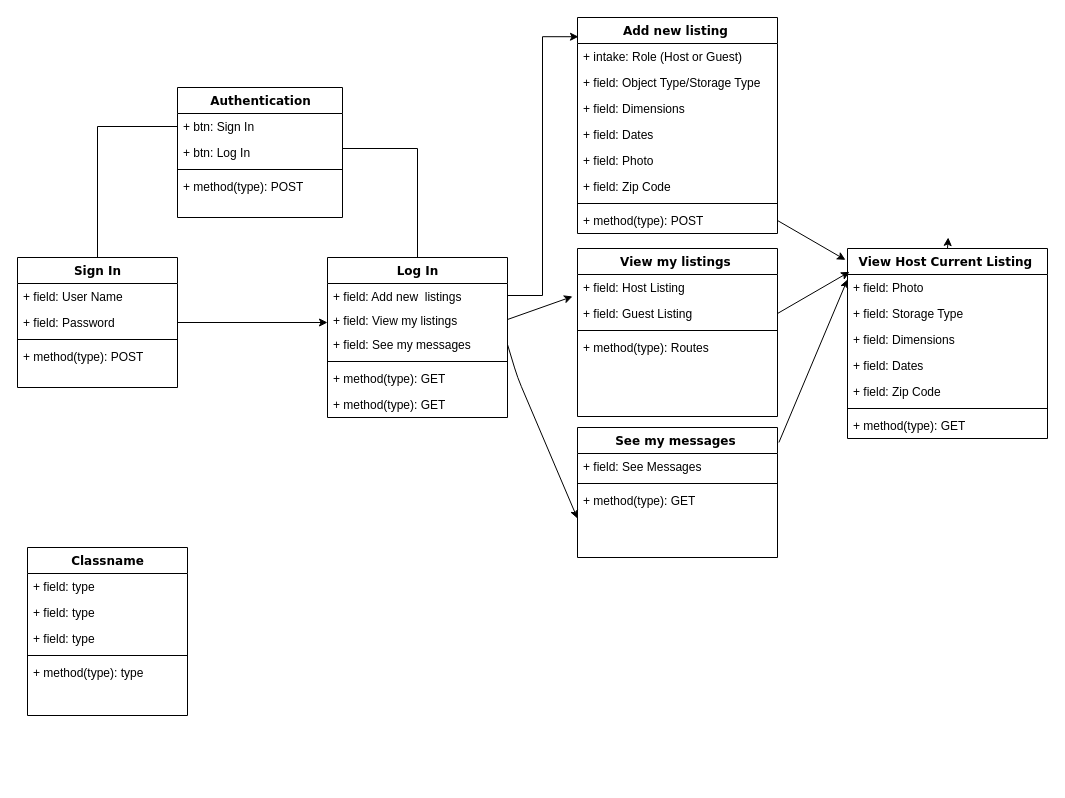
Earlier version of the draw.io diagram page "Data Flow" (1 of 2) of Untitled Diagram.drawio (AnnaPalii/storeX). Source tidied: cells renumbered, new cells numbered last; positions are measured from the earlier drawing's top-left corner, leaving out a move shared by most shapes. Both pictures are drawn from the tidied source at 100%, with x=0, y=0 at pixel (17, 17).
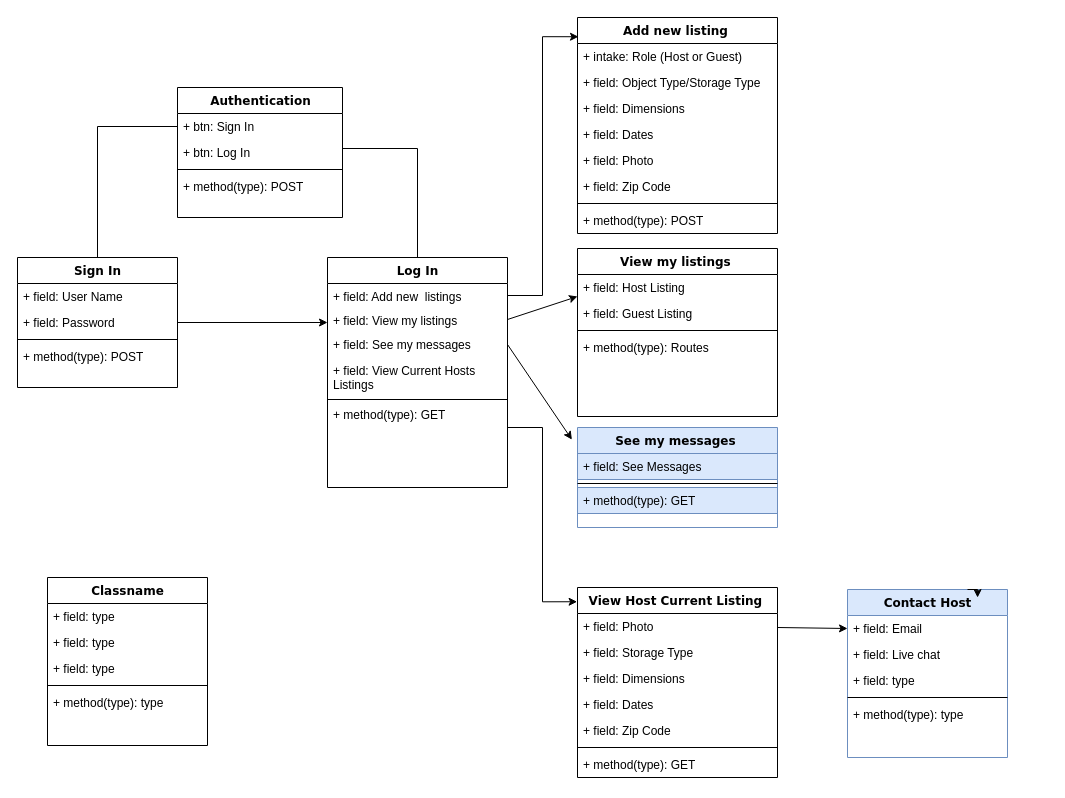
The same diagram, later.

The change refers to these unchanged cells:
```xml
<mxCell id="10" value="+ method(type): POST" style="text;html=1;strokeColor=none;fillColor=none;align=left;verticalAlign=top;spacingLeft=4;spacingRight=4;whiteSpace=wrap;overflow=hidden;points=[[0,0.5],[1,0.5]];portConstraint=eastwest;" parent="2" vertex="1">
  <mxGeometry y="190" width="200" height="26" as="geometry" />
</mxCell>
<mxCell id="24" value="+ field: View my listings" style="text;html=1;strokeColor=none;fillColor=none;align=left;verticalAlign=top;spacingLeft=4;spacingRight=4;whiteSpace=wrap;overflow=hidden;points=[[0,0.5],[1,0.5]];portConstraint=eastwest;" parent="22" vertex="1">
  <mxGeometry y="50" width="180" height="24" as="geometry" />
</mxCell>
<mxCell id="25" value="+ field: See my messages&amp;nbsp;" style="text;html=1;strokeColor=none;fillColor=none;align=left;verticalAlign=top;spacingLeft=4;spacingRight=4;whiteSpace=wrap;overflow=hidden;points=[[0,0.5],[1,0.5]];portConstraint=eastwest;" parent="22" vertex="1">
  <mxGeometry y="74" width="180" height="26" as="geometry" />
</mxCell>
<mxCell id="33" value="+ field: Guest Listing&amp;nbsp;" style="text;html=1;strokeColor=none;fillColor=none;align=left;verticalAlign=top;spacingLeft=4;spacingRight=4;whiteSpace=wrap;overflow=hidden;points=[[0,0.5],[1,0.5]];portConstraint=eastwest;" parent="31" vertex="1">
  <mxGeometry y="52" width="200" height="26" as="geometry" />
</mxCell>
<mxCell id="51" value="+ field: Photo" style="text;html=1;strokeColor=none;fillColor=none;align=left;verticalAlign=top;spacingLeft=4;spacingRight=4;whiteSpace=wrap;overflow=hidden;points=[[0,0.5],[1,0.5]];portConstraint=eastwest;" parent="50" vertex="1">
  <mxGeometry y="26" width="200" height="26" as="geometry" />
</mxCell>
```

Change to the diagram source:
```diff
@@
+    <mxCell id="61" style="edgeStyle=orthogonalEdgeStyle;rounded=0;orthogonalLoop=1;jettySize=auto;html=1;" parent="1" edge="1">
+      <mxGeometry relative="1" as="geometry">
+        <mxPoint x="400" y="440" as="sourcePoint" />
+        <mxPoint x="399.7" y="440" as="targetPoint" />
+      </mxGeometry>
+    </mxCell>
     <mxCell id="22" value="Log In" style="swimlane;html=1;fontStyle=1;align=center;verticalAlign=top;horizontal=1;startSize=26;swimlaneFillColor=#ffffff;rounded=0;shadow=0;comic=0;labelBackgroundColor=none;strokeWidth=1;fillColor=none;fontFamily=Verdana;fontSize=12;" parent="1" vertex="1">
-      <mxGeometry x="310" y="240" width="180" height="160" as="geometry" />
+      <mxGeometry x="310" y="240" width="180" height="230" as="geometry" />
     </mxCell>
@@
+    <mxCell id="62" value="+ field: View Current Hosts Listings&amp;nbsp;" style="text;html=1;strokeColor=none;fillColor=none;align=left;verticalAlign=top;spacingLeft=4;spacingRight=4;whiteSpace=wrap;overflow=hidden;points=[[0,0.5],[1,0.5]];portConstraint=eastwest;" parent="22" vertex="1">
+      <mxGeometry y="100" width="180" height="40" as="geometry" />
+    </mxCell>
     <mxCell id="26" style="line;html=1;strokeWidth=1;fillColor=none;align=left;verticalAlign=middle;spacingTop=-1;spacingLeft=3;spacingRight=3;labelPosition=right;" parent="22" vertex="1">
-      <mxGeometry y="100" width="180" height="8" as="geometry" />
+      <mxGeometry y="140" width="180" height="4" as="geometry" />
     </mxCell>
     <mxCell id="27" value="+ method(type): GET" style="text;html=1;strokeColor=none;fillColor=none;align=left;verticalAlign=top;spacingLeft=4;spacingRight=4;whiteSpace=wrap;overflow=hidden;" parent="22" vertex="1">
-      <mxGeometry y="108" width="180" height="26" as="geometry" />
+      <mxGeometry y="144" width="180" height="20" as="geometry" />
     </mxCell>
-    <mxCell id="28" value="+ method(type): GET" style="text;html=1;strokeColor=none;fillColor=none;align=left;verticalAlign=top;spacingLeft=4;spacingRight=4;whiteSpace=wrap;overflow=hidden;" parent="22" vertex="1">
-      <mxGeometry y="134" width="180" height="26" as="geometry" />
-    </mxCell>
@@
-    <mxCell id="37" value="See my messages&amp;nbsp;" style="swimlane;html=1;fontStyle=1;align=center;verticalAlign=top;horizontal=1;startSize=26;swimlaneFillColor=#ffffff;rounded=0;shadow=0;comic=0;labelBackgroundColor=none;strokeWidth=1;fillColor=none;fontFamily=Verdana;fontSize=12;" parent="1" vertex="1">
-      <mxGeometry x="560" y="410" width="200" height="130" as="geometry" />
+    <mxCell id="37" value="See my messages&amp;nbsp;" style="swimlane;html=1;fontStyle=1;align=center;verticalAlign=top;horizontal=1;startSize=26;swimlaneFillColor=#ffffff;rounded=0;shadow=0;comic=0;labelBackgroundColor=none;strokeWidth=1;fillColor=#dae8fc;fontFamily=Verdana;fontSize=12;strokeColor=#6c8ebf;" parent="1" vertex="1">
+      <mxGeometry x="560" y="410" width="200" height="100" as="geometry" />
     </mxCell>
-    <mxCell id="38" value="+ field: See Messages" style="text;html=1;strokeColor=none;fillColor=none;align=left;verticalAlign=top;spacingLeft=4;spacingRight=4;whiteSpace=wrap;overflow=hidden;" parent="37" vertex="1">
+    <mxCell id="38" value="+ field: See Messages" style="text;html=1;strokeColor=#6c8ebf;fillColor=#dae8fc;align=left;verticalAlign=top;spacingLeft=4;spacingRight=4;whiteSpace=wrap;overflow=hidden;" parent="37" vertex="1">
       <mxGeometry y="26" width="200" height="26" as="geometry" />
     </mxCell>
@@
-    <mxCell id="40" value="+ method(type): GET" style="text;html=1;strokeColor=none;fillColor=none;align=left;verticalAlign=top;spacingLeft=4;spacingRight=4;whiteSpace=wrap;overflow=hidden;" parent="37" vertex="1">
+    <mxCell id="40" value="+ method(type): GET" style="text;html=1;strokeColor=#6c8ebf;fillColor=#dae8fc;align=left;verticalAlign=top;spacingLeft=4;spacingRight=4;whiteSpace=wrap;overflow=hidden;" parent="37" vertex="1">
       <mxGeometry y="60" width="200" height="26" as="geometry" />
     </mxCell>
     <mxCell id="41" value="Classname" style="swimlane;html=1;fontStyle=1;align=center;verticalAlign=top;horizontal=1;startSize=26;swimlaneFillColor=#ffffff;rounded=0;shadow=0;comic=0;labelBackgroundColor=none;strokeWidth=1;fillColor=none;fontFamily=Verdana;fontSize=12;" parent="1" vertex="1">
-      <mxGeometry x="10" y="530" width="160" height="168" as="geometry" />
+      <mxGeometry x="30" y="560" width="160" height="168" as="geometry" />
     </mxCell>
@@
-    <mxCell id="47" style="endArrow=classic;html=1;exitX=1;exitY=0.5;exitDx=0;exitDy=0;entryX=-0.025;entryY=-0.154;entryDx=0;entryDy=0;entryPerimeter=0;" parent="1" edge="1" source="24" target="33">
-      <mxGeometry relative="1" as="geometry" />
+    <mxCell id="47" style="endArrow=classic;html=1;exitX=1;exitY=0.5;exitDx=0;exitDy=0;" parent="1" edge="1" source="24">
+      <mxGeometry relative="1" as="geometry">
+        <mxPoint x="560" y="279" as="targetPoint" />
+      </mxGeometry>
     </mxCell>
-    <mxCell id="48" style="endArrow=classic;html=1;exitX=1;exitY=0.5;exitDx=0;exitDy=0;entryX=0;entryY=0.5;entryDx=0;entryDy=0;" parent="1" edge="1" source="25">
-      <mxGeometry relative="1" as="geometry">
-        <mxPoint x="560" y="501" as="targetPoint" />
-        <Array as="points">
-          <mxPoint x="500" y="360" />
-        </Array>
-      </mxGeometry>
+    <mxCell id="48" style="endArrow=classic;html=1;exitX=1;exitY=0.5;exitDx=0;exitDy=0;entryX=-0.028;entryY=0.121;entryDx=0;entryDy=0;entryPerimeter=0;" parent="1" edge="1" source="25" target="37">
+      <mxGeometry relative="1" as="geometry" />
     </mxCell>
-    <mxCell id="49" style="edgeStyle=orthogonalEdgeStyle;rounded=0;jettySize=auto;html=1;exitX=0.5;exitY=0;exitDx=0;exitDy=0;" parent="1" edge="1" source="50">
-      <mxGeometry relative="1" as="geometry">
-        <mxPoint x="930.7" y="220" as="targetPoint" />
-      </mxGeometry>
-    </mxCell>
     <mxCell id="50" value="View Host Current Listing&amp;nbsp;" style="swimlane;html=1;fontStyle=1;align=center;verticalAlign=top;horizontal=1;startSize=26;swimlaneFillColor=#ffffff;rounded=0;shadow=0;comic=0;labelBackgroundColor=none;strokeWidth=1;fillColor=none;fontFamily=Verdana;fontSize=12;" parent="1" vertex="1">
-      <mxGeometry x="830" y="231" width="200" height="190" as="geometry" />
+      <mxGeometry x="560" y="570" width="200" height="190" as="geometry" />
     </mxCell>
@@
-    <mxCell id="58" style="endArrow=classic;html=1;exitX=1;exitY=0.5;exitDx=0;exitDy=0;entryX=-0.01;entryY=0.06;entryDx=0;entryDy=0;entryPerimeter=0;" parent="1" edge="1" source="10" target="50">
-      <mxGeometry relative="1" as="geometry" />
-    </mxCell>
-    <mxCell id="59" style="endArrow=classic;html=1;exitX=1;exitY=0.5;exitDx=0;exitDy=0;entryX=0.01;entryY=-0.103;entryDx=0;entryDy=0;entryPerimeter=0;" parent="1" edge="1" source="33" target="51">
-      <mxGeometry relative="1" as="geometry" />
-    </mxCell>
-    <mxCell id="60" style="endArrow=classic;html=1;exitX=1.007;exitY=0.115;exitDx=0;exitDy=0;exitPerimeter=0;" parent="1" edge="1" source="37">
-      <mxGeometry relative="1" as="geometry">
-        <mxPoint x="830" y="262" as="targetPoint" />
-      </mxGeometry>
-    </mxCell>
+    <mxCell id="63" value="Contact Host" style="swimlane;html=1;fontStyle=1;align=center;verticalAlign=top;horizontal=1;startSize=26;swimlaneFillColor=#ffffff;rounded=0;shadow=0;comic=0;labelBackgroundColor=none;strokeWidth=1;fillColor=#dae8fc;fontFamily=Verdana;fontSize=12;strokeColor=#6c8ebf;" parent="1" vertex="1">
+      <mxGeometry x="830" y="572" width="160" height="168" as="geometry" />
+    </mxCell>
+    <mxCell id="64" value="+ field: Email" style="text;html=1;strokeColor=none;fillColor=none;align=left;verticalAlign=top;spacingLeft=4;spacingRight=4;whiteSpace=wrap;overflow=hidden;points=[[0,0.5],[1,0.5]];portConstraint=eastwest;" parent="63" vertex="1">
+      <mxGeometry y="26" width="160" height="26" as="geometry" />
+    </mxCell>
+    <mxCell id="65" value="+ field: Live chat" style="text;html=1;strokeColor=none;fillColor=none;align=left;verticalAlign=top;spacingLeft=4;spacingRight=4;whiteSpace=wrap;overflow=hidden;" parent="63" vertex="1">
+      <mxGeometry y="52" width="160" height="26" as="geometry" />
+    </mxCell>
+    <mxCell id="66" value="+ field: type" style="text;html=1;strokeColor=none;fillColor=none;align=left;verticalAlign=top;spacingLeft=4;spacingRight=4;whiteSpace=wrap;overflow=hidden;" parent="63" vertex="1">
+      <mxGeometry y="78" width="160" height="26" as="geometry" />
+    </mxCell>
+    <mxCell id="67" style="line;html=1;strokeWidth=1;fillColor=none;align=left;verticalAlign=middle;spacingTop=-1;spacingLeft=3;spacingRight=3;labelPosition=right;" parent="63" vertex="1">
+      <mxGeometry y="104" width="160" height="8" as="geometry" />
+    </mxCell>
+    <mxCell id="68" value="+ method(type): type" style="text;html=1;strokeColor=none;fillColor=none;align=left;verticalAlign=top;spacingLeft=4;spacingRight=4;whiteSpace=wrap;overflow=hidden;" parent="63" vertex="1">
+      <mxGeometry y="112" width="160" height="26" as="geometry" />
+    </mxCell>
+    <mxCell id="69" style="edgeStyle=orthogonalEdgeStyle;rounded=0;jettySize=auto;html=1;exitX=1;exitY=0.5;exitDx=0;exitDy=0;entryX=-0.002;entryY=0.075;entryDx=0;entryDy=0;entryPerimeter=0;" parent="1" edge="1" source="62" target="50">
+      <mxGeometry relative="1" as="geometry">
+        <Array as="points">
+          <mxPoint x="490" y="410" />
+          <mxPoint x="525" y="410" />
+          <mxPoint x="525" y="584" />
+        </Array>
+      </mxGeometry>
+    </mxCell>
+    <mxCell id="70" style="endArrow=classic;html=1;entryX=0;entryY=0.5;entryDx=0;entryDy=0;" parent="1" edge="1" target="64">
+      <mxGeometry relative="1" as="geometry">
+        <mxPoint x="760" y="610" as="sourcePoint" />
+      </mxGeometry>
+    </mxCell>
+    <mxCell id="71" style="edgeStyle=orthogonalEdgeStyle;rounded=0;orthogonalLoop=1;jettySize=auto;html=1;exitX=0.75;exitY=0;exitDx=0;exitDy=0;entryX=0.813;entryY=0.048;entryDx=0;entryDy=0;entryPerimeter=0;" parent="1" edge="1" source="63" target="63">
+      <mxGeometry relative="1" as="geometry" />
+    </mxCell>
```
